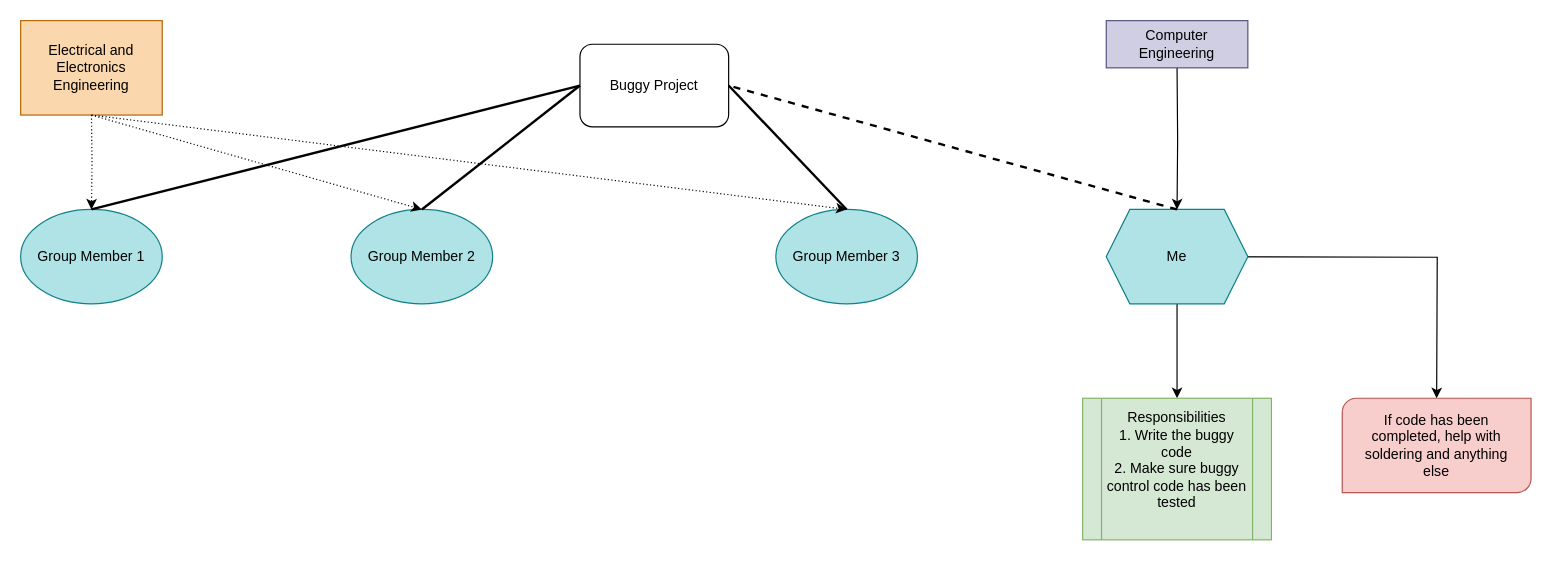
The draw.io diagram BuggyProjectPlan.drawio in SahasT23/UniversityNotesNClEngineeringtrial, before the edit. Source tidied: cells renumbered, new cells numbered last; positions are measured from the earlier drawing's top-left corner, leaving out a move shared by most shapes. Both pictures are drawn from the tidied source at 118%, with x=0, y=0 at pixel (20, 20).
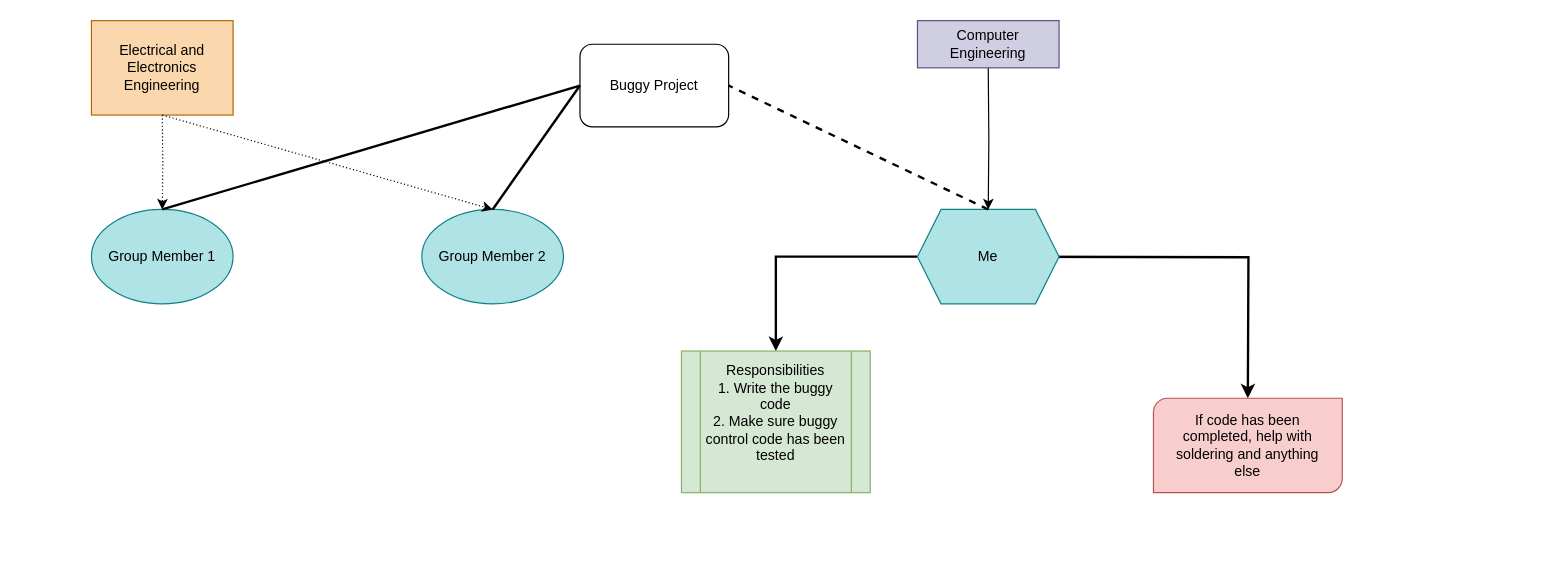
The same page after the edit.

Unchanged cells that the change refers to:
```xml
<mxCell id="2" value="Buggy Project" style="rounded=1;whiteSpace=wrap;html=1;" parent="1" vertex="1">
  <mxGeometry x="474" y="20" width="126" height="70" as="geometry" />
</mxCell>
```

Change to the diagram source:
```diff
@@
     <mxCell id="3" value="Group Member 1" style="ellipse;whiteSpace=wrap;html=1;fillColor=#b0e3e6;strokeColor=#0e8088;" parent="1" vertex="1">
-      <mxGeometry y="160" width="120" height="80" as="geometry" />
+      <mxGeometry x="60" y="160" width="120" height="80" as="geometry" />
     </mxCell>
     <mxCell id="4" value="Group Member 2" style="ellipse;whiteSpace=wrap;html=1;fillColor=#b0e3e6;strokeColor=#0e8088;" parent="1" vertex="1">
-      <mxGeometry x="280" y="160" width="120" height="80" as="geometry" />
+      <mxGeometry x="340" y="160" width="120" height="80" as="geometry" />
     </mxCell>
-    <mxCell id="5" value="Group Member 3" style="ellipse;whiteSpace=wrap;html=1;fillColor=#b0e3e6;strokeColor=#0e8088;" parent="1" vertex="1">
-      <mxGeometry x="640" y="160" width="120" height="80" as="geometry" />
-    </mxCell>
-    <mxCell id="6" style="edgeStyle=orthogonalEdgeStyle;rounded=0;jettySize=auto;html=1;exitX=0.5;exitY=1;exitDx=0;exitDy=0;entryX=0.5;entryY=0;entryDx=0;entryDy=0;" parent="1" edge="1" source="8" target="13">
+    <mxCell id="6" style="edgeStyle=orthogonalEdgeStyle;rounded=0;jettySize=auto;html=1;exitX=0;exitY=0.5;exitDx=0;exitDy=0;entryX=0.5;entryY=0;entryDx=0;entryDy=0;strokeWidth=2;" parent="1" edge="1" source="8" target="13">
       <mxGeometry relative="1" as="geometry">
         <Array as="points">
-          <mxPoint x="980" y="320" />
+          <mxPoint x="640" y="200" />
         </Array>
       </mxGeometry>
     </mxCell>
-    <mxCell id="7" style="edgeStyle=orthogonalEdgeStyle;rounded=0;orthogonalLoop=1;jettySize=auto;html=1;exitX=1;exitY=0.5;exitDx=0;exitDy=0;entryX=0.5;entryY=0;entryDx=0;entryDy=0;" parent="1" edge="1">
+    <mxCell id="7" style="edgeStyle=orthogonalEdgeStyle;rounded=0;orthogonalLoop=1;jettySize=auto;html=1;exitX=1;exitY=0.5;exitDx=0;exitDy=0;entryX=0.5;entryY=0;entryDx=0;entryDy=0;strokeWidth=2;" parent="1" edge="1">
       <mxGeometry relative="1" as="geometry">
-        <mxPoint x="960" y="200" as="sourcePoint" />
-        <mxPoint x="1200" y="320" as="targetPoint" />
+        <mxPoint x="800" y="200" as="sourcePoint" />
+        <mxPoint x="1040" y="320" as="targetPoint" />
       </mxGeometry>
     </mxCell>
     <mxCell id="8" value="Me" style="shape=hexagon;perimeter=hexagonPerimeter2;whiteSpace=wrap;html=1;fixedSize=1;fillColor=#b0e3e6;strokeColor=#0e8088;" parent="1" vertex="1">
-      <mxGeometry x="920" y="160" width="120" height="80" as="geometry" />
+      <mxGeometry x="760" y="160" width="120" height="80" as="geometry" />
     </mxCell>
@@
-    <mxCell id="11" style="endArrow=none;html=1;rounded=0;entryX=1;entryY=0.5;entryDx=0;entryDy=0;exitX=0.5;exitY=0;exitDx=0;exitDy=0;strokeWidth=2;" parent="1" edge="1" source="5" target="2">
-      <mxGeometry relative="1" as="geometry" />
-    </mxCell>
@@
     <mxCell id="13" value="Responsibilities&lt;div&gt;1. Write the buggy code&lt;/div&gt;&lt;div&gt;2. Make sure buggy control code has been tested&lt;/div&gt;&lt;div&gt;&lt;div&gt;&lt;br&gt;&lt;/div&gt;&lt;/div&gt;" style="shape=process;whiteSpace=wrap;html=1;backgroundOutline=1;fillColor=#d5e8d4;strokeColor=#82b366;" parent="1" vertex="1">
-      <mxGeometry x="900" y="320" width="160" height="120" as="geometry" />
+      <mxGeometry x="560" y="280" width="160" height="120" as="geometry" />
     </mxCell>
     <mxCell id="14" style="edgeStyle=orthogonalEdgeStyle;rounded=0;orthogonalLoop=1;jettySize=auto;html=1;exitX=0.5;exitY=1;exitDx=0;exitDy=0;" parent="1" edge="1">
       <mxGeometry relative="1" as="geometry">
-        <mxPoint x="1280" y="440" as="sourcePoint" />
-        <mxPoint x="1280" y="440" as="targetPoint" />
+        <mxPoint x="1120" y="440" as="sourcePoint" />
+        <mxPoint x="1120" y="440" as="targetPoint" />
       </mxGeometry>
     </mxCell>
     <mxCell id="15" style="verticalLabelPosition=bottom;verticalAlign=top;html=1;shape=mxgraph.basic.diag_round_rect;dx=6;whiteSpace=wrap;fillColor=#f8cecc;strokeColor=#b85450;" parent="1" vertex="1">
-      <mxGeometry x="1120" y="320" width="160" height="80" as="geometry" />
+      <mxGeometry x="960" y="320" width="160" height="80" as="geometry" />
     </mxCell>
     <mxCell id="16" value="If code has been completed, help with soldering and anything else" style="text;html=1;align=center;verticalAlign=middle;whiteSpace=wrap;rounded=0;" parent="1" vertex="1">
-      <mxGeometry x="1130" y="330" width="140" height="60" as="geometry" />
+      <mxGeometry x="970" y="330" width="140" height="60" as="geometry" />
     </mxCell>
     <mxCell id="17" style="edgeStyle=orthogonalEdgeStyle;rounded=0;jettySize=auto;html=1;exitX=0.5;exitY=1;exitDx=0;exitDy=0;entryX=0.5;entryY=0;entryDx=0;entryDy=0;" parent="1" edge="1" target="8">
       <mxGeometry relative="1" as="geometry">
-        <mxPoint x="980" y="40" as="sourcePoint" />
+        <mxPoint x="820" y="40" as="sourcePoint" />
       </mxGeometry>
     </mxCell>
     <mxCell id="18" value="Computer Engineering" style="rounded=0;whiteSpace=wrap;html=1;fillColor=#d0cee2;strokeColor=#56517e;" parent="1" vertex="1">
-      <mxGeometry x="920" width="120" height="40" as="geometry" />
+      <mxGeometry x="760" width="120" height="40" as="geometry" />
     </mxCell>
     <mxCell id="19" style="edgeStyle=orthogonalEdgeStyle;rounded=0;jettySize=auto;html=1;exitX=0.5;exitY=1;exitDx=0;exitDy=0;dashed=1;dashPattern=1 2;" parent="1" edge="1" target="3">
       <mxGeometry relative="1" as="geometry">
-        <mxPoint x="60" y="80" as="sourcePoint" />
+        <mxPoint x="120" y="80" as="sourcePoint" />
       </mxGeometry>
     </mxCell>
     <mxCell id="20" value="Electrical and Electronics Engineering" style="rounded=0;whiteSpace=wrap;html=1;fillColor=#fad7ac;strokeColor=#b46504;" parent="1" vertex="1">
-      <mxGeometry width="120" height="80" as="geometry" />
+      <mxGeometry x="60" width="120" height="80" as="geometry" />
     </mxCell>
     <mxCell id="21" style="endArrow=classic;startArrow=none;html=1;rounded=0;exitX=0.5;exitY=1;exitDx=0;exitDy=0;dashed=1;dashPattern=1 2;startFill=0;" parent="1" edge="1">
       <mxGeometry relative="1" as="geometry">
-        <mxPoint x="60" y="80" as="sourcePoint" />
-        <mxPoint x="340" y="160" as="targetPoint" />
+        <mxPoint x="120" y="80" as="sourcePoint" />
+        <mxPoint x="400" y="160" as="targetPoint" />
       </mxGeometry>
     </mxCell>
-    <mxCell id="22" style="endArrow=classic;html=1;rounded=0;exitX=0.5;exitY=1;exitDx=0;exitDy=0;entryX=0.5;entryY=0;entryDx=0;entryDy=0;dashed=1;dashPattern=1 2;" parent="1" edge="1" target="5">
-      <mxGeometry relative="1" as="geometry">
-        <mxPoint x="60" y="80" as="sourcePoint" />
-      </mxGeometry>
-    </mxCell>
```
